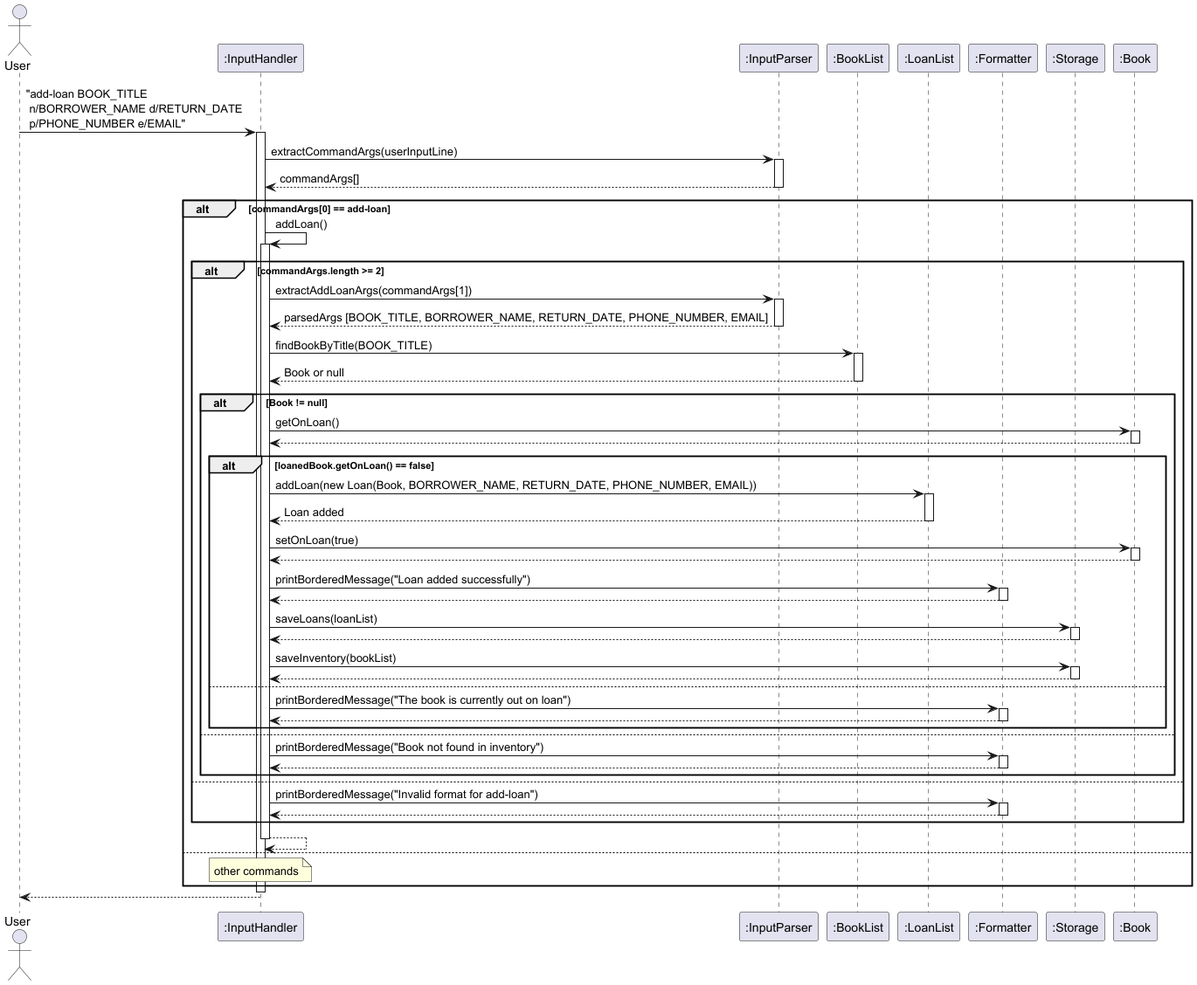
Above: docs/images/addLoan.png in AY2425S2-CS2113-T12-2/tp (PlantUML), before the change.
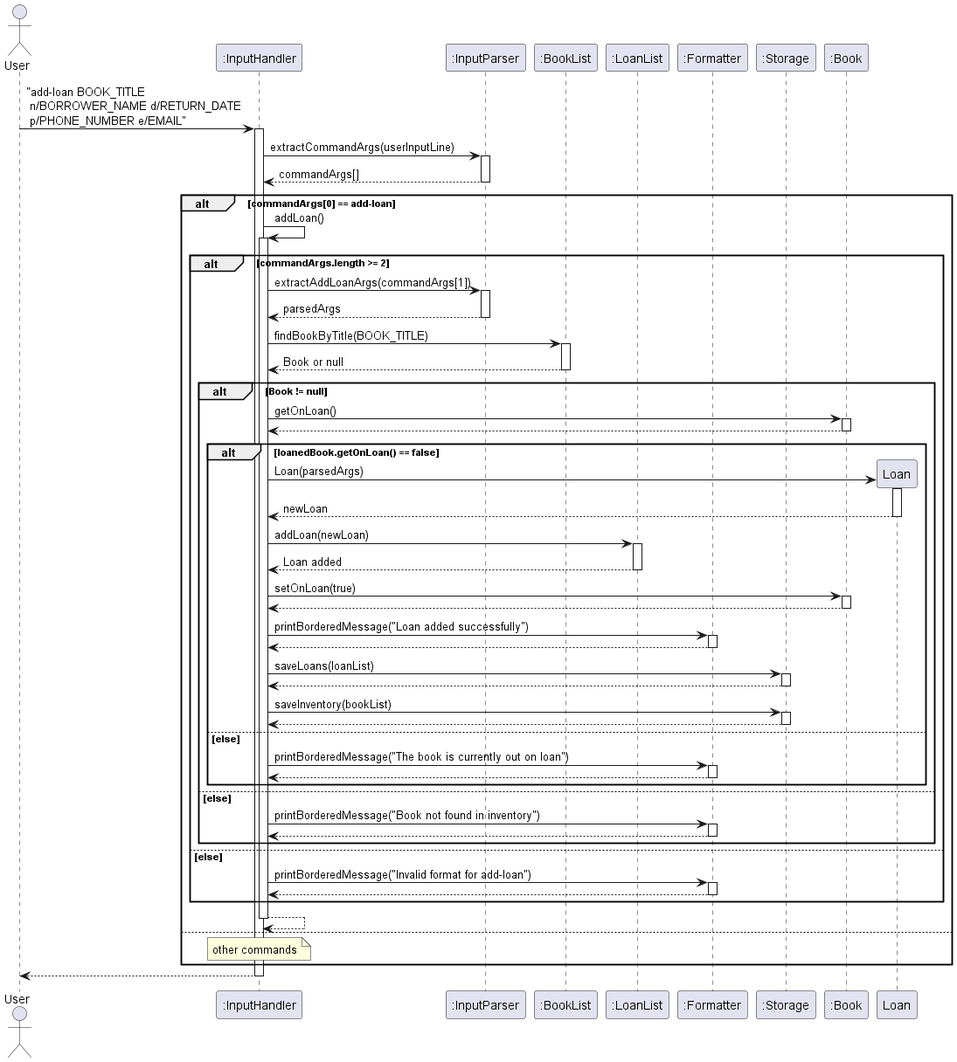
After the commit.

Commit message:
Update sequence diagram for addBook, addLoan

Change to the diagram source:
```diff
@@ -25,7 +25,7 @@
     InputHandler -> InputParser: extractAddLoanArgs(commandArgs[1])
     activate InputParser
 
-    InputParser --> InputHandler: parsedArgs [BOOK_TITLE, BORROWER_NAME, RETURN_DATE, PHONE_NUMBER, EMAIL]
+    InputParser --> InputHandler: parsedArgs
     deactivate InputParser
 
     InputHandler -> BookList: findBookByTitle(BOOK_TITLE)
@@ -42,7 +42,14 @@
         deactivate Book
 
         alt loanedBook.getOnLoan() == false
-            InputHandler -> LoanList: addLoan(new Loan(Book, BORROWER_NAME, RETURN_DATE, PHONE_NUMBER, EMAIL))
+            InputHandler -> Loan ** : Loan(parsedArgs)
+            activate Loan
+
+            Loan --> InputHandler : newLoan
+            deactivate Loan
+
+
+            InputHandler -> LoanList: addLoan(newLoan)
             activate LoanList
             LoanList --> InputHandler: Loan added
             deactivate LoanList
@@ -71,14 +78,14 @@
             Storage --> InputHandler
             deactivate Storage
 
-        else
+        else else
             InputHandler -> Formatter: printBorderedMessage("The book is currently out on loan")
             activate Formatter
 
             Formatter --> InputHandler
             deactivate Formatter
         end
-    else
+    else else
         InputHandler -> Formatter: printBorderedMessage("Book not found in inventory")
         activate Formatter
 
@@ -86,7 +93,7 @@
         deactivate Formatter
     end
 
-    else
+    else else
         InputHandler -> Formatter: printBorderedMessage("Invalid format for add-loan")
         activate Formatter
         Formatter --> InputHandler
@@ -100,6 +107,6 @@
     note over InputHandler : other commands
 end
 
+InputHandler --> User
 deactivate InputHandler
-InputHandler --> User
 @enduml
```
